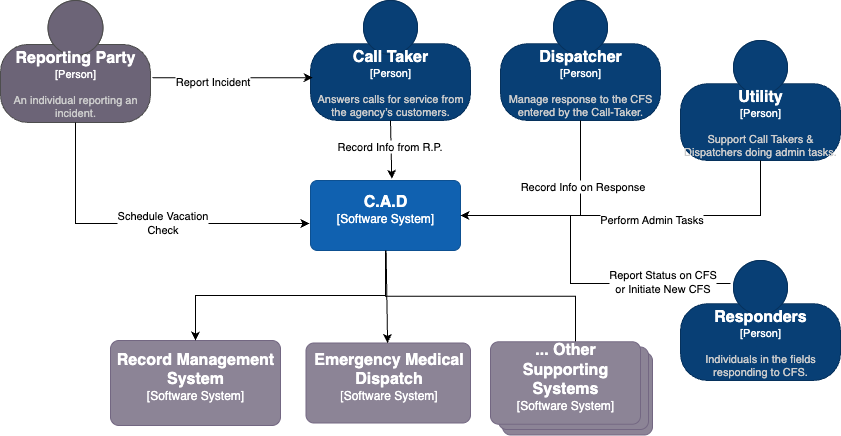
aedenj/cad-system-design keeps this draw.io diagram as cad-system-context.drawio.png. Above is the earlier version. Source tidied: cells renumbered, new cells last; positions are measured from the earlier drawing's top-left corner, leaving out a move shared by most shapes.
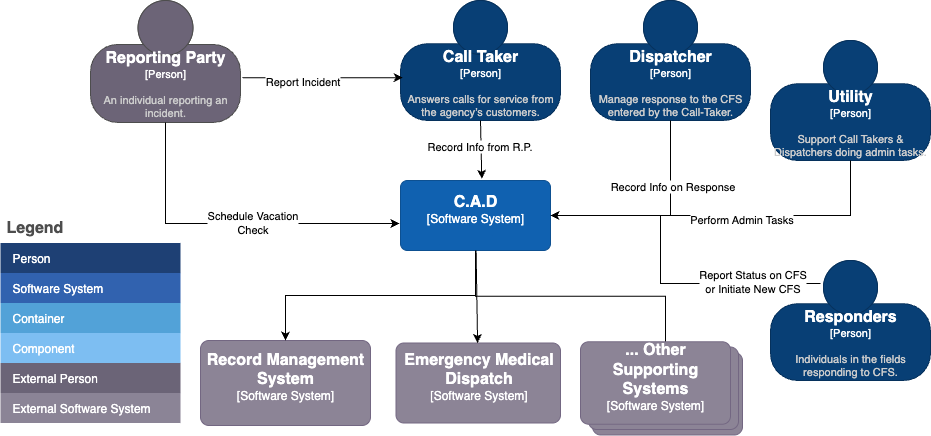
The same file after the commit.

The edit, as a diff of the source:
```diff
@@ -104,5 +104,44 @@
         <mxGeometry x="490" y="341.2" width="150" height="82.5" as="geometry" />
       </mxCell>
     </object>
+    <mxCell id="28" value="Legend" style="shape=table;startSize=30;fontSize=16;align=left;verticalAlign=top;fillColor=none;strokeColor=none;fontColor=#4D4D4D;fontStyle=1;spacingLeft=6;spacing=0;" parent="1" vertex="1">
+      <mxGeometry x="-90" y="212.5" width="180" height="210" as="geometry" />
+    </mxCell>
+    <mxCell id="29" style="shape=tableRow;horizontal=0;startSize=0;swimlaneHead=0;swimlaneBody=0;strokeColor=inherit;top=0;left=0;bottom=0;right=0;fillColor=none;fontSize=12;" parent="28" vertex="1">
+      <mxGeometry y="30" width="180" height="30" as="geometry" />
+    </mxCell>
+    <mxCell id="30" value="Person" style="shape=partialRectangle;html=1;whiteSpace=wrap;strokeColor=inherit;overflow=hidden;fillColor=#1E4074;top=0;left=0;bottom=0;right=0;fontSize=12;align=left;fontColor=#FFFFFF;gradientColor=none;spacingLeft=10;spacingRight=4;" parent="29" vertex="1">
+      <mxGeometry width="180" height="30" as="geometry" />
+    </mxCell>
+    <mxCell id="31" style="shape=tableRow;horizontal=0;startSize=0;swimlaneHead=0;swimlaneBody=0;strokeColor=inherit;top=0;left=0;bottom=0;right=0;fillColor=none;fontSize=12;" parent="28" vertex="1">
+      <mxGeometry y="60" width="180" height="30" as="geometry" />
+    </mxCell>
+    <mxCell id="32" value="Software System" style="shape=partialRectangle;html=1;whiteSpace=wrap;strokeColor=inherit;overflow=hidden;fillColor=#3162AF;top=0;left=0;bottom=0;right=0;fontSize=12;align=left;fontColor=#FFFFFF;gradientColor=none;spacingLeft=10;spacingRight=4;" parent="31" vertex="1">
+      <mxGeometry width="180" height="30" as="geometry" />
+    </mxCell>
+    <mxCell id="33" style="shape=tableRow;horizontal=0;startSize=0;swimlaneHead=0;swimlaneBody=0;strokeColor=inherit;top=0;left=0;bottom=0;right=0;fillColor=none;fontSize=12;" parent="28" vertex="1">
+      <mxGeometry y="90" width="180" height="30" as="geometry" />
+    </mxCell>
+    <mxCell id="34" value="Container" style="shape=partialRectangle;html=1;whiteSpace=wrap;strokeColor=inherit;overflow=hidden;fillColor=#52a2d8;top=0;left=0;bottom=0;right=0;fontSize=12;align=left;fontColor=#FFFFFF;gradientColor=none;spacingLeft=10;spacingRight=4;" parent="33" vertex="1">
+      <mxGeometry width="180" height="30" as="geometry" />
+    </mxCell>
+    <mxCell id="35" style="shape=tableRow;horizontal=0;startSize=0;swimlaneHead=0;swimlaneBody=0;strokeColor=inherit;top=0;left=0;bottom=0;right=0;fillColor=none;fontSize=12;" parent="28" vertex="1">
+      <mxGeometry y="120" width="180" height="30" as="geometry" />
+    </mxCell>
+    <mxCell id="36" value="Component" style="shape=partialRectangle;html=1;whiteSpace=wrap;strokeColor=inherit;overflow=hidden;fillColor=#7dbef2;top=0;left=0;bottom=0;right=0;fontSize=12;align=left;fontColor=#FFFFFF;gradientColor=none;spacingLeft=10;spacingRight=4;" parent="35" vertex="1">
+      <mxGeometry width="180" height="30" as="geometry" />
+    </mxCell>
+    <mxCell id="37" style="shape=tableRow;horizontal=0;startSize=0;swimlaneHead=0;swimlaneBody=0;strokeColor=inherit;top=0;left=0;bottom=0;right=0;fillColor=none;fontSize=12;" parent="28" vertex="1">
+      <mxGeometry y="150" width="180" height="30" as="geometry" />
+    </mxCell>
+    <mxCell id="38" value="External Person" style="shape=partialRectangle;html=1;whiteSpace=wrap;strokeColor=inherit;overflow=hidden;fillColor=#6b6477;top=0;left=0;bottom=0;right=0;fontSize=12;align=left;fontColor=#FFFFFF;gradientColor=none;spacingLeft=10;spacingRight=4;" parent="37" vertex="1">
+      <mxGeometry width="180" height="30" as="geometry" />
+    </mxCell>
+    <mxCell id="39" style="shape=tableRow;horizontal=0;startSize=0;swimlaneHead=0;swimlaneBody=0;strokeColor=inherit;top=0;left=0;bottom=0;right=0;fillColor=none;fontSize=12;" parent="28" vertex="1">
+      <mxGeometry y="180" width="180" height="30" as="geometry" />
+    </mxCell>
+    <mxCell id="40" value="External Software System" style="shape=partialRectangle;html=1;whiteSpace=wrap;strokeColor=inherit;overflow=hidden;fillColor=#8b8496;top=0;left=0;bottom=0;right=0;fontSize=12;align=left;fontColor=#FFFFFF;gradientColor=none;spacingLeft=10;spacingRight=4;" parent="39" vertex="1">
+      <mxGeometry width="180" height="30" as="geometry" />
+    </mxCell>
   </root>
 </mxGraphModel>
```
